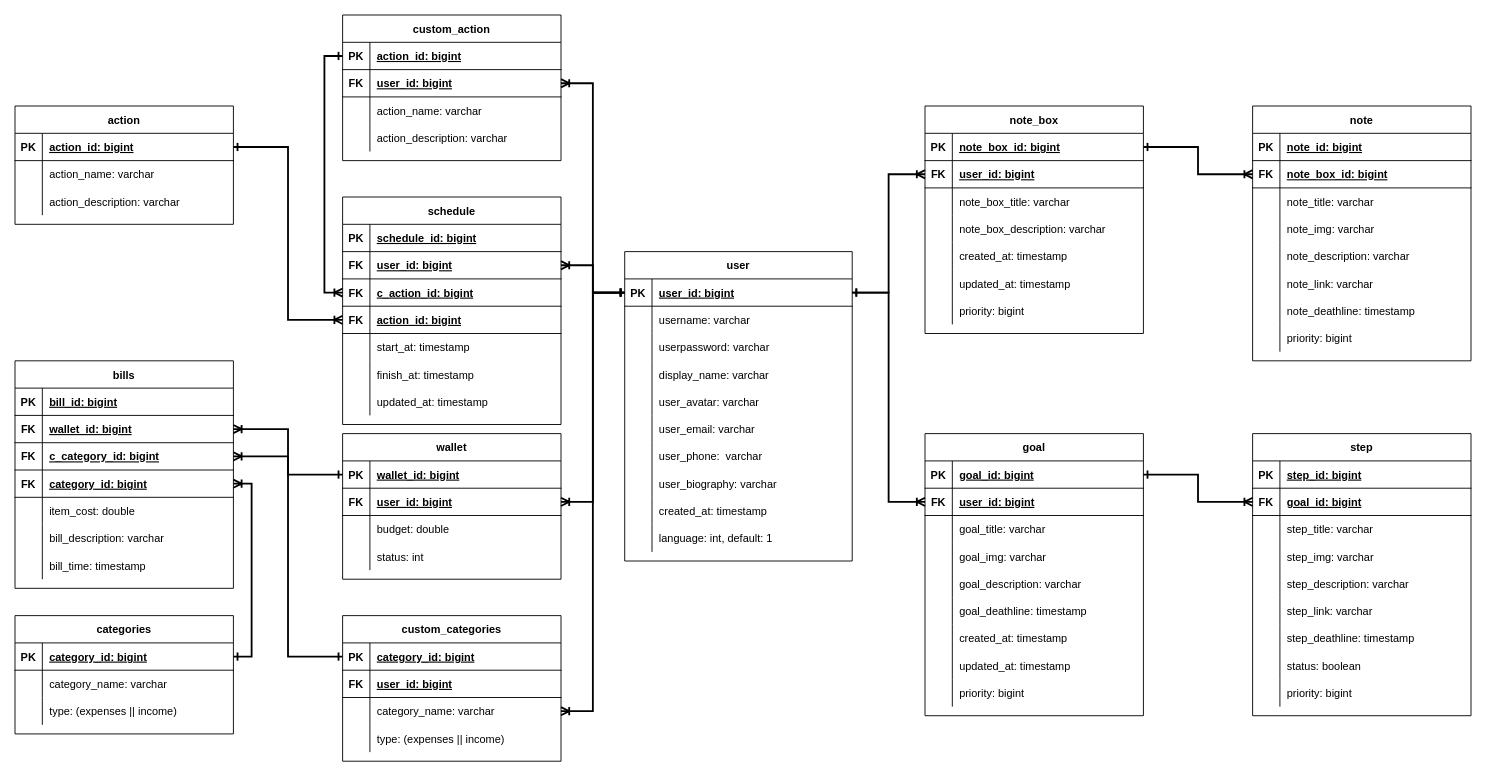
This is documents/draw.io/system_database.drawio from johnvo24/vku_bp2_web_youli, a draw.io file, before an edit. Source tidied: cells renumbered, new cells numbered last; positions are measured from the earlier drawing's top-left corner, leaving out a move shared by most shapes. Both pictures are drawn from the tidied source at 91%, with x=0, y=0 at pixel (15, 15).
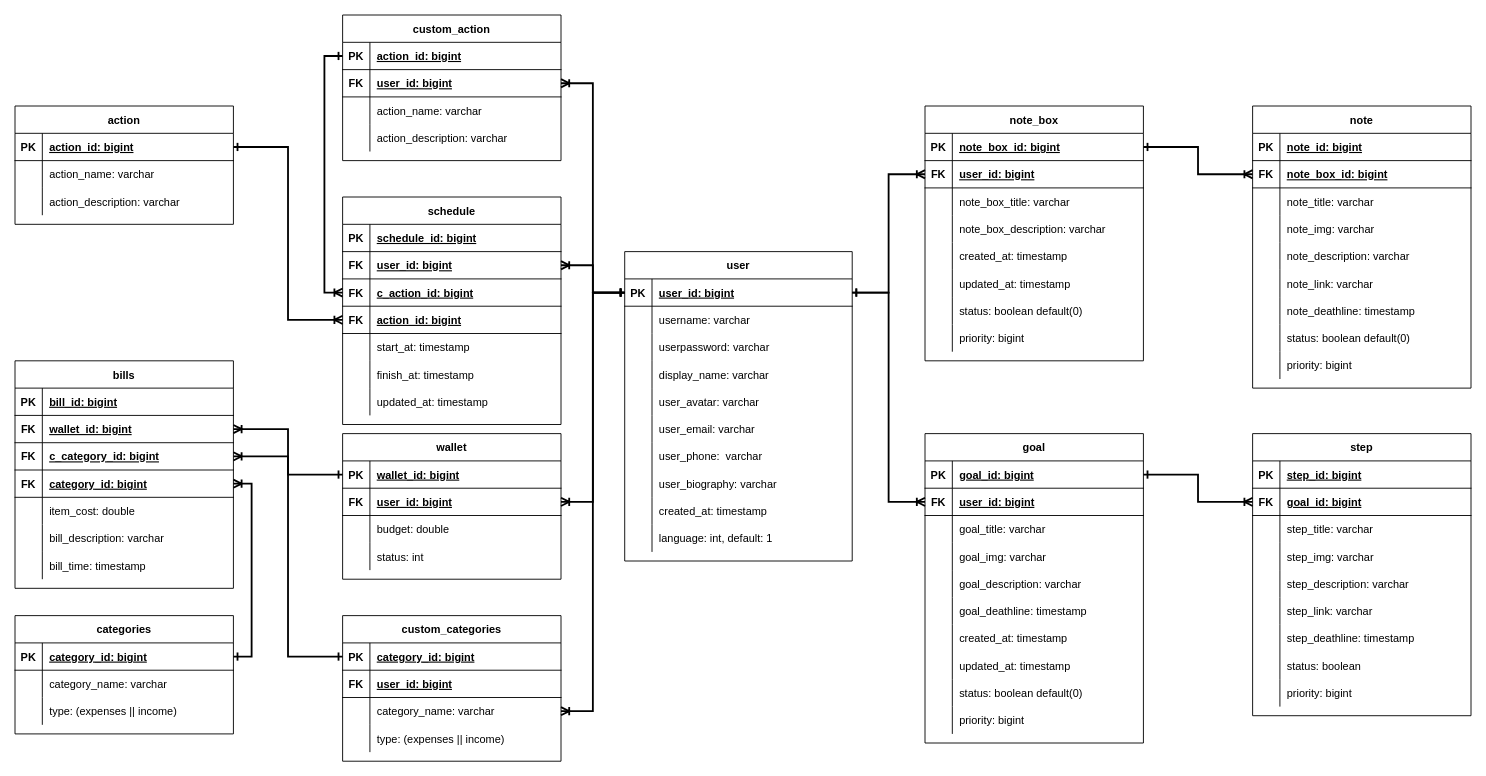
The same diagram, later.

Change to the diagram source:
```diff
@@
     <mxCell id="2" value="note_box" style="shape=table;startSize=30;childLayout=tableLayout;rowLines=0;fontStyle=1;align=center;" parent="1" vertex="1">
-      <mxGeometry x="1000" y="100" width="240" height="250" as="geometry" />
+      <mxGeometry x="1000" y="100" width="240" height="280" as="geometry" />
     </mxCell>
@@
+    <mxCell id="252" style="shape=partialRectangle;fillColor=none;top=0;left=0;right=0;bottom=0;" parent="2" vertex="1">
+      <mxGeometry y="210" width="240" height="30" as="geometry" />
+    </mxCell>
+    <mxCell id="253" style="shape=partialRectangle;overflow=hidden;fillColor=none;top=0;left=0;bottom=0;right=0;" parent="252" vertex="1">
+      <mxGeometry width="30" height="30" as="geometry" />
+    </mxCell>
+    <mxCell id="254" value="status: boolean default(0)" style="shape=partialRectangle;overflow=hidden;fillColor=none;top=0;left=0;bottom=0;right=0;align=left;spacingLeft=6;" parent="252" vertex="1">
+      <mxGeometry x="30" width="210" height="30" as="geometry" />
+    </mxCell>
     <mxCell id="21" style="shape=partialRectangle;fillColor=none;top=0;left=0;right=0;bottom=0;" parent="2" vertex="1">
-      <mxGeometry y="210" width="240" height="30" as="geometry" />
+      <mxGeometry y="240" width="240" height="30" as="geometry" />
     </mxCell>
@@
     <mxCell id="77" value="goal" style="shape=table;startSize=30;childLayout=tableLayout;rowLines=0;fontStyle=1;align=center;" parent="1" vertex="1">
-      <mxGeometry x="1000" y="460" width="240" height="310" as="geometry" />
+      <mxGeometry x="1000" y="460" width="240" height="340" as="geometry" />
     </mxCell>
@@
+    <mxCell id="255" style="shape=tableRow;horizontal=0;startSize=0;swimlaneHead=0;swimlaneBody=0;fillColor=none;top=0;left=0;right=0;bottom=0;" parent="77" vertex="1">
+      <mxGeometry y="270" width="240" height="30" as="geometry" />
+    </mxCell>
+    <mxCell id="256" style="shape=partialRectangle;fillColor=none;top=0;left=0;bottom=0;right=0;overflow=hidden;" parent="255" vertex="1">
+      <mxGeometry width="30" height="30" as="geometry" />
+    </mxCell>
+    <mxCell id="257" value="status: boolean default(0)" style="shape=partialRectangle;fillColor=none;top=0;left=0;bottom=0;right=0;align=left;spacingLeft=6;overflow=hidden;" parent="255" vertex="1">
+      <mxGeometry x="30" width="210" height="30" as="geometry" />
+    </mxCell>
     <mxCell id="102" style="shape=tableRow;horizontal=0;startSize=0;swimlaneHead=0;swimlaneBody=0;fillColor=none;top=0;left=0;right=0;bottom=0;" parent="77" vertex="1">
-      <mxGeometry y="270" width="240" height="30" as="geometry" />
+      <mxGeometry y="300" width="240" height="30" as="geometry" />
     </mxCell>
@@
     <mxCell id="133" value="note" style="shape=table;startSize=30;childLayout=tableLayout;rowLines=0;fontStyle=1;align=center;" parent="1" vertex="1">
-      <mxGeometry x="1360" y="100" width="240" height="280" as="geometry" />
+      <mxGeometry x="1360" y="100" width="240" height="310" as="geometry" />
     </mxCell>
@@
+    <mxCell id="258" style="shape=partialRectangle;fillColor=none;top=0;left=0;right=0;bottom=0;" parent="133" vertex="1">
+      <mxGeometry y="240" width="240" height="30" as="geometry" />
+    </mxCell>
+    <mxCell id="259" style="shape=partialRectangle;overflow=hidden;fillColor=none;top=0;left=0;bottom=0;right=0;" parent="258" vertex="1">
+      <mxGeometry width="30" height="30" as="geometry" />
+    </mxCell>
+    <mxCell id="260" value="status: boolean default(0)" style="shape=partialRectangle;overflow=hidden;fillColor=none;top=0;left=0;bottom=0;right=0;align=left;spacingLeft=6;" parent="258" vertex="1">
+      <mxGeometry x="30" width="210" height="30" as="geometry" />
+    </mxCell>
     <mxCell id="155" style="shape=partialRectangle;fillColor=none;top=0;left=0;right=0;bottom=0;" parent="133" vertex="1">
-      <mxGeometry y="240" width="240" height="30" as="geometry" />
+      <mxGeometry y="270" width="240" height="30" as="geometry" />
     </mxCell>
```
